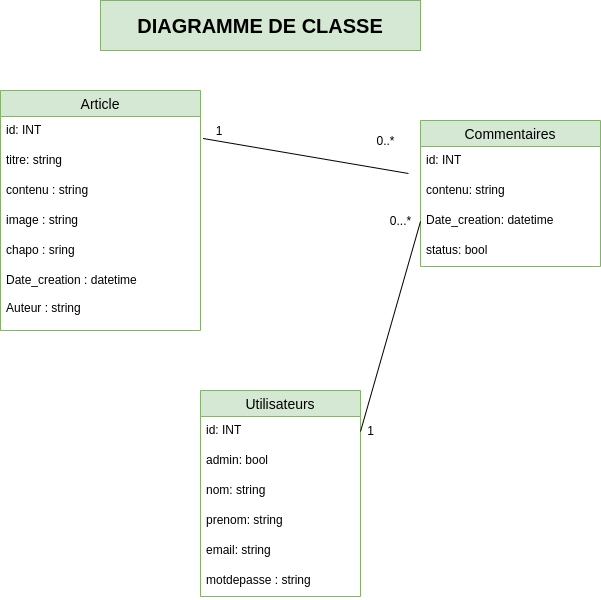
This is diagrammes/Diagramme_P5-classe.drawio.png from Elhadj75BAH/Blog-mvc, a draw.io export, as it was before one commit. Source tidied: cells renumbered, new cells last; positions are measured from the earlier drawing's top-left corner, leaving out a move shared by most shapes. Source of this version:
```xml
<mxGraphModel>
  <root>
    <mxCell id="0" />
    <mxCell id="1" parent="0" />
    <mxCell id="2" value="Commentaires" style="swimlane;fontStyle=0;horizontal=1;startSize=26;align=center;fontSize=14;fillColor=#d5e8d4;strokeColor=#82b366;" parent="1" vertex="1">
      <mxGeometry x="420" y="120" width="180" height="146" as="geometry" />
    </mxCell>
    <mxCell id="3" value="id: INT" style="text;strokeColor=none;fillColor=none;spacingLeft=4;spacingRight=4;overflow=hidden;points=[[0,0.5],[1,0.5]];portConstraint=eastwest;fontSize=12;" parent="2" vertex="1">
      <mxGeometry y="26" width="180" height="30" as="geometry" />
    </mxCell>
    <mxCell id="4" value="contenu: string" style="text;strokeColor=none;fillColor=none;spacingLeft=4;spacingRight=4;overflow=hidden;fontSize=12;" parent="2" vertex="1">
      <mxGeometry y="56" width="180" height="30" as="geometry" />
    </mxCell>
    <mxCell id="5" value="Date_creation: datetime" style="text;strokeColor=none;fillColor=none;spacingLeft=4;spacingRight=4;overflow=hidden;points=[[0,0.5],[1,0.5]];portConstraint=eastwest;fontSize=12;" parent="2" vertex="1">
      <mxGeometry y="86" width="180" height="30" as="geometry" />
    </mxCell>
    <mxCell id="6" value="status: bool" style="text;strokeColor=none;fillColor=none;spacingLeft=4;spacingRight=4;overflow=hidden;fontSize=12;" parent="2" vertex="1">
      <mxGeometry y="116" width="180" height="30" as="geometry" />
    </mxCell>
    <mxCell id="7" value="Utilisateurs" style="swimlane;fontStyle=0;horizontal=1;startSize=26;align=center;fontSize=14;fillColor=#d5e8d4;strokeColor=#82b366;" parent="1" vertex="1">
      <mxGeometry x="200" y="390" width="160" height="206" as="geometry" />
    </mxCell>
    <mxCell id="8" value="id: INT" style="text;strokeColor=none;fillColor=none;spacingLeft=4;spacingRight=4;overflow=hidden;points=[[0,0.5],[1,0.5]];portConstraint=eastwest;fontSize=12;" parent="7" vertex="1">
      <mxGeometry y="26" width="160" height="30" as="geometry" />
    </mxCell>
    <mxCell id="9" value="admin: bool" style="text;strokeColor=none;fillColor=none;spacingLeft=4;spacingRight=4;overflow=hidden;fontSize=12;" parent="7" vertex="1">
      <mxGeometry y="56" width="160" height="30" as="geometry" />
    </mxCell>
    <mxCell id="10" value="nom: string" style="text;strokeColor=none;fillColor=none;spacingLeft=4;spacingRight=4;overflow=hidden;fontSize=12;" parent="7" vertex="1">
      <mxGeometry y="86" width="160" height="30" as="geometry" />
    </mxCell>
    <mxCell id="11" value="prenom: string" style="text;strokeColor=none;fillColor=none;spacingLeft=4;spacingRight=4;overflow=hidden;fontSize=12;" parent="7" vertex="1">
      <mxGeometry y="116" width="160" height="30" as="geometry" />
    </mxCell>
    <mxCell id="12" value="email: string" style="text;strokeColor=none;fillColor=none;spacingLeft=4;spacingRight=4;overflow=hidden;fontSize=12;" parent="7" vertex="1">
      <mxGeometry y="146" width="160" height="30" as="geometry" />
    </mxCell>
    <mxCell id="13" value="motdepasse : string" style="text;strokeColor=none;fillColor=none;spacingLeft=4;spacingRight=4;overflow=hidden;fontSize=12;" parent="7" vertex="1">
      <mxGeometry y="176" width="160" height="30" as="geometry" />
    </mxCell>
    <mxCell id="14" value="Article" style="swimlane;fontStyle=0;horizontal=1;startSize=26;align=center;fontSize=14;fillColor=#d5e8d4;strokeColor=#82b366;" parent="1" vertex="1">
      <mxGeometry y="90" width="200" height="240" as="geometry" />
    </mxCell>
    <mxCell id="15" value="id: INT" style="text;strokeColor=none;fillColor=none;spacingLeft=4;spacingRight=4;overflow=hidden;points=[[0,0.5],[1,0.5]];portConstraint=eastwest;fontSize=12;" parent="14" vertex="1">
      <mxGeometry y="26" width="200" height="30" as="geometry" />
    </mxCell>
    <mxCell id="16" value="titre: string" style="text;strokeColor=none;fillColor=none;spacingLeft=4;spacingRight=4;overflow=hidden;fontSize=12;" parent="14" vertex="1">
      <mxGeometry y="56" width="200" height="30" as="geometry" />
    </mxCell>
    <mxCell id="17" value="contenu : string" style="text;strokeColor=none;fillColor=none;spacingLeft=4;spacingRight=4;overflow=hidden;fontSize=12;" parent="14" vertex="1">
      <mxGeometry y="86" width="200" height="30" as="geometry" />
    </mxCell>
    <mxCell id="18" value="image : string" style="text;strokeColor=none;fillColor=none;spacingLeft=4;spacingRight=4;overflow=hidden;fontSize=12;" parent="14" vertex="1">
      <mxGeometry y="116" width="200" height="30" as="geometry" />
    </mxCell>
    <mxCell id="19" value="chapo : sring" style="text;strokeColor=none;fillColor=none;spacingLeft=4;spacingRight=4;overflow=hidden;fontSize=12;" parent="14" vertex="1">
      <mxGeometry y="146" width="200" height="30" as="geometry" />
    </mxCell>
    <mxCell id="20" value="Date_creation : datetime&#10;&#10;Auteur : string" style="text;strokeColor=none;fillColor=none;spacingLeft=4;spacingRight=4;overflow=hidden;fontSize=12;" parent="14" vertex="1">
      <mxGeometry y="176" width="200" height="64" as="geometry" />
    </mxCell>
    <mxCell id="21" style="edgeStyle=none;rounded=0;jettySize=auto;html=1;exitX=1.013;exitY=0.733;exitDx=0;exitDy=0;entryX=-0.012;entryY=-0.1;entryDx=0;entryDy=0;endArrow=none;endFill=0;exitPerimeter=0;entryPerimeter=0;" parent="1" edge="1" source="15">
      <mxGeometry relative="1" as="geometry">
        <mxPoint x="408" y="173" as="targetPoint" />
      </mxGeometry>
    </mxCell>
    <mxCell id="22" value="1" style="text;html=1;strokeColor=none;fillColor=none;align=center;verticalAlign=middle;whiteSpace=wrap;rounded=0;" parent="1" vertex="1">
      <mxGeometry x="199" y="120" width="40" height="20" as="geometry" />
    </mxCell>
    <mxCell id="23" value="0..*" style="text;html=1;align=center;verticalAlign=middle;strokeColor=none;" parent="1" vertex="1">
      <mxGeometry x="370" y="130" width="30" height="20" as="geometry" />
    </mxCell>
    <mxCell id="24" value="&lt;b&gt;&lt;font style=&quot;font-size: 20px&quot;&gt;DIAGRAMME DE CLASSE&lt;/font&gt;&lt;/b&gt;" style="text;html=1;strokeColor=#82b366;fillColor=#d5e8d4;align=center;verticalAlign=middle;whiteSpace=wrap;rounded=0;" parent="1" vertex="1">
      <mxGeometry x="100" width="320" height="50" as="geometry" />
    </mxCell>
    <mxCell id="25" style="endArrow=none;html=1;exitX=1;exitY=0.5;exitDx=0;exitDy=0;exitPerimeter=0;entryX=0;entryY=0.5;entryDx=0;entryDy=0;" parent="1" edge="1" source="8" target="5">
      <mxGeometry relative="1" as="geometry" />
    </mxCell>
    <mxCell id="26" value="1" style="text;html=1;align=center;verticalAlign=middle;strokeColor=none;" parent="1" vertex="1">
      <mxGeometry x="360" y="420" width="20" height="20" as="geometry" />
    </mxCell>
    <mxCell id="27" value="0...*" style="text;html=1;align=center;verticalAlign=middle;strokeColor=none;" parent="1" vertex="1">
      <mxGeometry x="380" y="210" width="40" height="20" as="geometry" />
    </mxCell>
  </root>
</mxGraphModel>
```
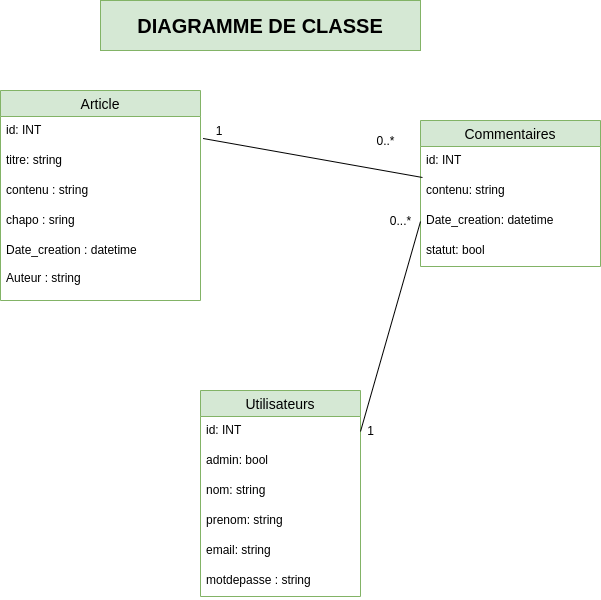
Above is the later version.

What changed in the source:
```diff
@@ -14,7 +14,7 @@
     <mxCell id="5" value="Date_creation: datetime" style="text;strokeColor=none;fillColor=none;spacingLeft=4;spacingRight=4;overflow=hidden;points=[[0,0.5],[1,0.5]];portConstraint=eastwest;fontSize=12;" parent="2" vertex="1">
       <mxGeometry y="86" width="180" height="30" as="geometry" />
     </mxCell>
-    <mxCell id="6" value="status: bool" style="text;strokeColor=none;fillColor=none;spacingLeft=4;spacingRight=4;overflow=hidden;fontSize=12;" parent="2" vertex="1">
+    <mxCell id="6" value="statut: bool" style="text;strokeColor=none;fillColor=none;spacingLeft=4;spacingRight=4;overflow=hidden;fontSize=12;" parent="2" vertex="1">
       <mxGeometry y="116" width="180" height="30" as="geometry" />
     </mxCell>
     <mxCell id="7" value="Utilisateurs" style="swimlane;fontStyle=0;horizontal=1;startSize=26;align=center;fontSize=14;fillColor=#d5e8d4;strokeColor=#82b366;" parent="1" vertex="1">
@@ -39,7 +39,7 @@
       <mxGeometry y="176" width="160" height="30" as="geometry" />
     </mxCell>
     <mxCell id="14" value="Article" style="swimlane;fontStyle=0;horizontal=1;startSize=26;align=center;fontSize=14;fillColor=#d5e8d4;strokeColor=#82b366;" parent="1" vertex="1">
-      <mxGeometry y="90" width="200" height="240" as="geometry" />
+      <mxGeometry y="90" width="200" height="210" as="geometry" />
     </mxCell>
     <mxCell id="15" value="id: INT" style="text;strokeColor=none;fillColor=none;spacingLeft=4;spacingRight=4;overflow=hidden;points=[[0,0.5],[1,0.5]];portConstraint=eastwest;fontSize=12;" parent="14" vertex="1">
       <mxGeometry y="26" width="200" height="30" as="geometry" />
@@ -50,19 +50,14 @@
     <mxCell id="17" value="contenu : string" style="text;strokeColor=none;fillColor=none;spacingLeft=4;spacingRight=4;overflow=hidden;fontSize=12;" parent="14" vertex="1">
       <mxGeometry y="86" width="200" height="30" as="geometry" />
     </mxCell>
-    <mxCell id="18" value="image : string" style="text;strokeColor=none;fillColor=none;spacingLeft=4;spacingRight=4;overflow=hidden;fontSize=12;" parent="14" vertex="1">
-      <mxGeometry y="116" width="200" height="30" as="geometry" />
-    </mxCell>
     <mxCell id="19" value="chapo : sring" style="text;strokeColor=none;fillColor=none;spacingLeft=4;spacingRight=4;overflow=hidden;fontSize=12;" parent="14" vertex="1">
-      <mxGeometry y="146" width="200" height="30" as="geometry" />
+      <mxGeometry y="116" width="200" height="30" as="geometry" />
     </mxCell>
     <mxCell id="20" value="Date_creation : datetime&#10;&#10;Auteur : string" style="text;strokeColor=none;fillColor=none;spacingLeft=4;spacingRight=4;overflow=hidden;fontSize=12;" parent="14" vertex="1">
-      <mxGeometry y="176" width="200" height="64" as="geometry" />
+      <mxGeometry y="146" width="200" height="64" as="geometry" />
     </mxCell>
-    <mxCell id="21" style="edgeStyle=none;rounded=0;jettySize=auto;html=1;exitX=1.013;exitY=0.733;exitDx=0;exitDy=0;entryX=-0.012;entryY=-0.1;entryDx=0;entryDy=0;endArrow=none;endFill=0;exitPerimeter=0;entryPerimeter=0;" parent="1" edge="1" source="15">
-      <mxGeometry relative="1" as="geometry">
-        <mxPoint x="408" y="173" as="targetPoint" />
-      </mxGeometry>
+    <mxCell id="21" style="edgeStyle=none;rounded=0;jettySize=auto;html=1;exitX=1.013;exitY=0.733;exitDx=0;exitDy=0;entryX=0.011;entryY=1.033;entryDx=0;entryDy=0;endArrow=none;endFill=0;exitPerimeter=0;entryPerimeter=0;" parent="1" edge="1" source="15" target="3">
+      <mxGeometry relative="1" as="geometry" />
     </mxCell>
     <mxCell id="22" value="1" style="text;html=1;strokeColor=none;fillColor=none;align=center;verticalAlign=middle;whiteSpace=wrap;rounded=0;" parent="1" vertex="1">
       <mxGeometry x="199" y="120" width="40" height="20" as="geometry" />
```
